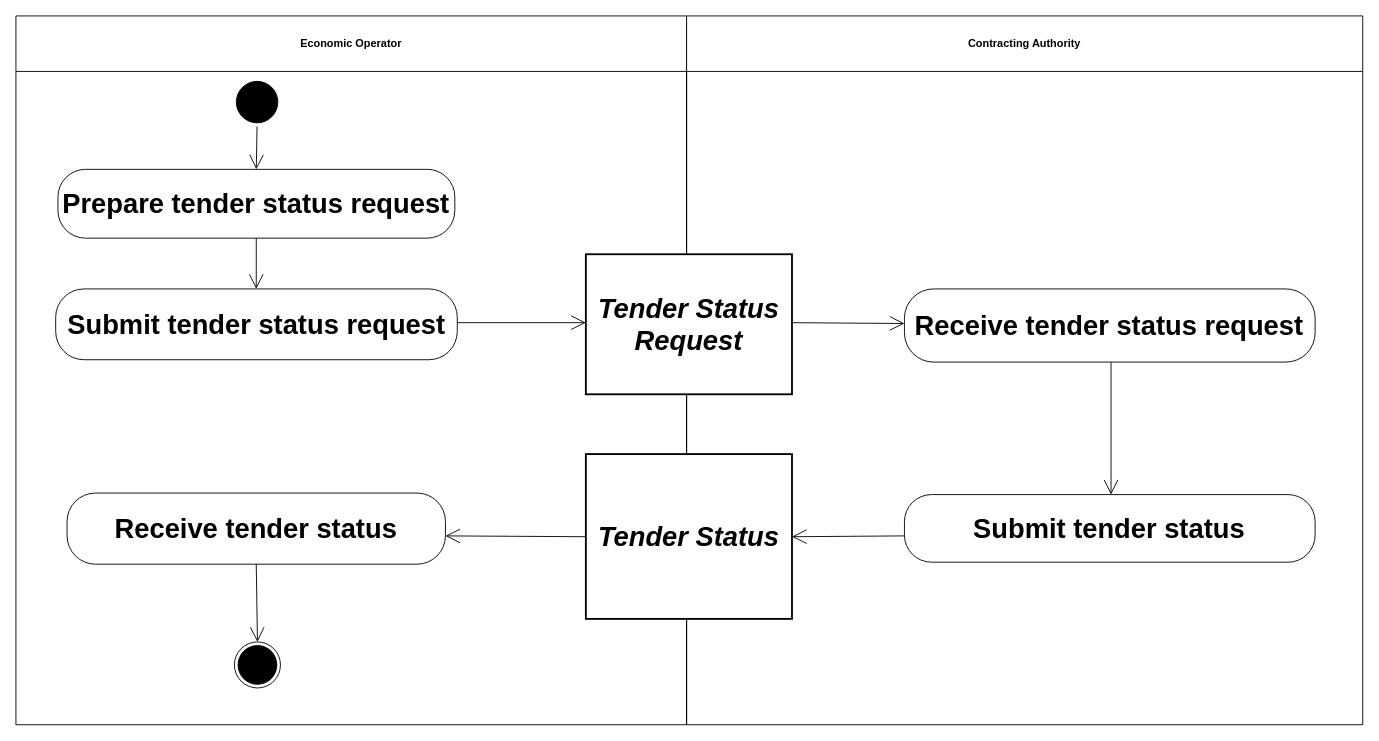
Before: diagrams/UBL-2.2-Tender-Status/UBL-2.2-Tender-Status.drawio in kduvekot/ubl-work-on-svg-images, a draw.io diagram. Source tidied: cells renumbered, new cells numbered last; positions are measured from the earlier drawing's top-left corner, leaving out a move shared by most shapes. Both pictures are drawn from the tidied source at 91%, with x=0, y=0 at pixel (15, 15).
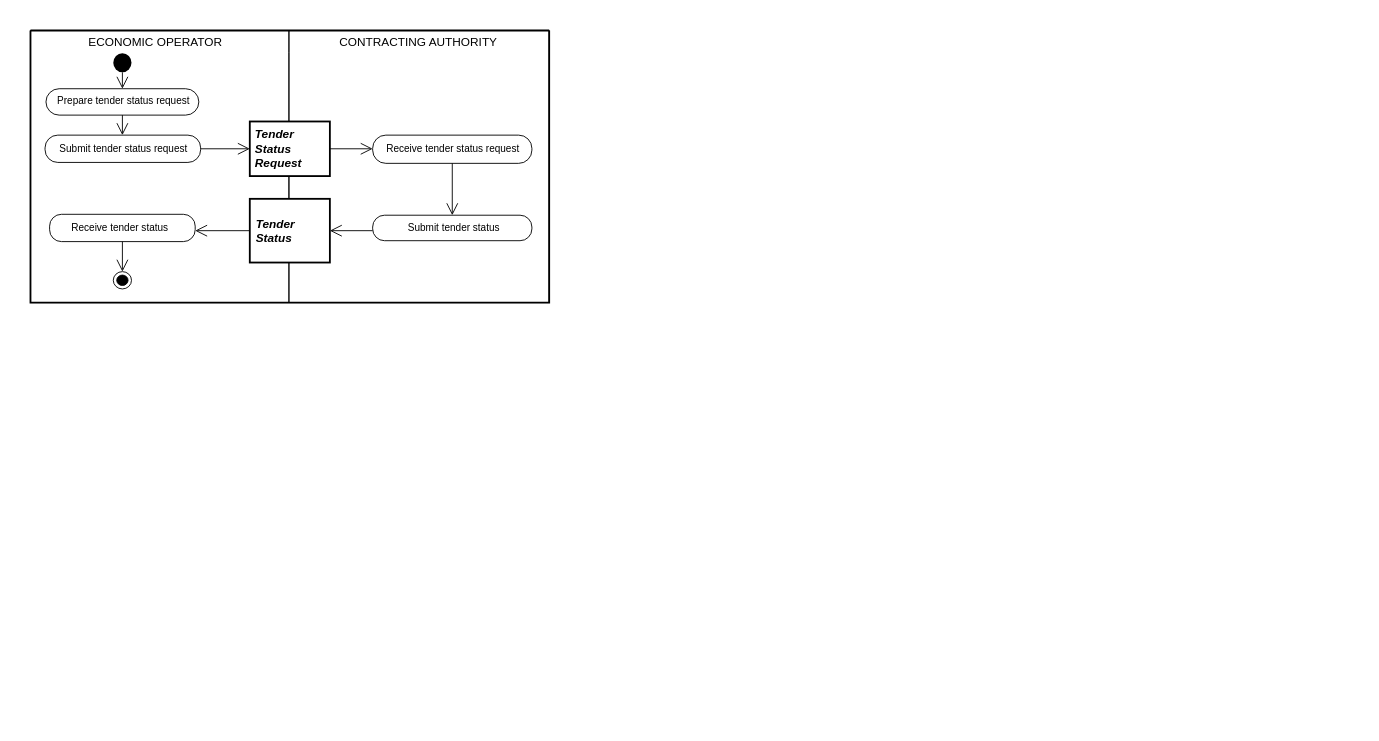
Above is the later version.

Change to the diagram source:
```diff
@@
+    <mxCell id="21" style="swimlane;html=1;startSize=0;whiteSpace=wrap;fillColor=none;strokeWidth=2;" parent="1" vertex="1">
+      <mxGeometry x="16" y="16" width="570" height="299" as="geometry" />
+    </mxCell>
-    <mxCell id="2" value="Economic Operator" style="swimlane;whiteSpace=wrap;html=1;startSize=61;" parent="1" vertex="1">
-      <mxGeometry width="737" height="778.9" as="geometry" />
+    <mxCell id="2" value="ECONOMIC OPERATOR" style="swimlane;horizontal=1;startSize=24;swimlaneLine=0;html=1;fillColor=none;fontSize=13;fontStyle=0;spacing=0;spacingRight=11;" parent="21" vertex="1">
+      <mxGeometry width="284" height="299" as="geometry" />
     </mxCell>
-    <mxCell id="3" value="Contracting Authority" style="swimlane;whiteSpace=wrap;html=1;startSize=61;" parent="1" vertex="1">
-      <mxGeometry x="737" width="743" height="778.9" as="geometry" />
+    <mxCell id="3" value="CONTRACTING AUTHORITY" style="swimlane;horizontal=1;startSize=24;swimlaneLine=0;html=1;fillColor=none;fontSize=13;fontStyle=0;spacing=0;spacingRight=3;" parent="21" vertex="1">
+      <mxGeometry x="284" width="286" height="299" as="geometry" />
     </mxCell>
-    <mxCell id="4" style="ellipse;html=1;shape=startState;fillColor=#000000;strokeColor=#000000;fontFamily=Helvetica;fontSize=30;" parent="1" vertex="1">
-      <mxGeometry x="238.2" y="67.9" width="53.6" height="53.6" as="geometry" />
+    <mxCell id="4" style="ellipse;shape=startState;fillColor=#000000;strokeColor=none;html=1;" parent="2" vertex="1">
+      <mxGeometry x="87" y="21" width="28" height="29" as="geometry" />
     </mxCell>
-    <mxCell id="5" value="Prepare tender status request" style="rounded=1;arcSize=40;whiteSpace=wrap;html=1;fontStyle=1;fontFamily=Helvetica;fontSize=30;" parent="1" vertex="1">
-      <mxGeometry x="46.2" y="168.6" width="436.1" height="75.6" as="geometry" />
+    <mxCell id="5" value="Prepare tender status request" style="rounded=1;absoluteArcSize=1;arcSize=29;html=1;whiteSpace=nowrap;fontSize=11;fontStyle=0;align=center;verticalAlign=middle;spacing=0;spacingLeft=1;spacingBottom=3;" parent="2" vertex="1">
+      <mxGeometry x="17" y="64" width="168" height="29" as="geometry" />
     </mxCell>
-    <mxCell id="6" value="Tender Status Request" style="rounded=0;whiteSpace=wrap;html=1;fontStyle=3;strokeWidth=2;fontFamily=Helvetica;fontSize=30;" parent="1" vertex="1">
-      <mxGeometry x="626.3" y="261.9" width="226.5" height="153.9" as="geometry" />
+    <mxCell id="6" value="Tender&lt;br&gt;Status&lt;br&gt;Request" style="rounded=0;html=1;whiteSpace=nowrap;fontSize=13;fontStyle=3;align=left;verticalAlign=middle;spacing=0;spacingLeft=6;spacingBottom=1;strokeWidth=2;" parent="3" vertex="1">
+      <mxGeometry x="-43" y="100" width="88" height="60" as="geometry" />
     </mxCell>
-    <mxCell id="7" value="Submit tender status request" style="rounded=1;arcSize=40;whiteSpace=wrap;html=1;fontStyle=1;fontFamily=Helvetica;fontSize=30;" parent="1" vertex="1">
-      <mxGeometry x="43.7" y="300" width="441.3" height="77.8" as="geometry" />
+    <mxCell id="7" value="Submit tender status request" style="rounded=1;absoluteArcSize=1;arcSize=28;html=1;whiteSpace=nowrap;fontSize=11;fontStyle=0;align=center;verticalAlign=middle;spacing=0;spacingBottom=1;" parent="2" vertex="1">
+      <mxGeometry x="16" y="115" width="171" height="30" as="geometry" />
     </mxCell>
-    <mxCell id="8" value="Receive tender status request" style="rounded=1;arcSize=40;whiteSpace=wrap;html=1;fontStyle=1;fontFamily=Helvetica;fontSize=30;" parent="1" vertex="1">
-      <mxGeometry x="976.4" y="300" width="451.3" height="80.4" as="geometry" />
+    <mxCell id="8" value="Receive tender status request" style="rounded=1;absoluteArcSize=1;arcSize=29;html=1;whiteSpace=nowrap;fontSize=11;fontStyle=0;align=center;verticalAlign=middle;spacing=0;spacingBottom=1;" parent="3" vertex="1">
+      <mxGeometry x="92" y="115" width="175" height="31" as="geometry" />
     </mxCell>
-    <mxCell id="9" value="Tender Status" style="rounded=0;whiteSpace=wrap;html=1;fontStyle=3;strokeWidth=2;fontFamily=Helvetica;fontSize=30;" parent="1" vertex="1">
-      <mxGeometry x="626.3" y="481.5" width="226.5" height="181.1" as="geometry" />
+    <mxCell id="9" value="Tender&lt;br&gt;Status" style="rounded=0;html=1;whiteSpace=nowrap;fontSize=13;fontStyle=3;align=left;verticalAlign=middle;spacing=0;spacingLeft=7;spacingBottom=1;strokeWidth=2;" parent="3" vertex="1">
+      <mxGeometry x="-43" y="185" width="88" height="70" as="geometry" />
     </mxCell>
-    <mxCell id="10" value="Receive tender status" style="rounded=1;arcSize=40;whiteSpace=wrap;html=1;fontStyle=1;fontFamily=Helvetica;fontSize=30;" parent="1" vertex="1">
-      <mxGeometry x="56.2" y="524.3" width="415.8" height="78.2" as="geometry" />
+    <mxCell id="10" value="Receive tender status" style="rounded=1;absoluteArcSize=1;arcSize=26;html=1;whiteSpace=nowrap;fontSize=11;fontStyle=0;align=center;verticalAlign=middle;spacing=0;spacingRight=6;spacingBottom=1;" parent="2" vertex="1">
+      <mxGeometry x="21" y="202" width="160" height="30" as="geometry" />
     </mxCell>
-    <mxCell id="11" value="Submit tender status" style="rounded=1;arcSize=40;whiteSpace=wrap;html=1;fontStyle=1;fontFamily=Helvetica;fontSize=30;" parent="1" vertex="1">
-      <mxGeometry x="976.4" y="526" width="451.3" height="74.3" as="geometry" />
+    <mxCell id="11" value="Submit tender status" style="rounded=1;absoluteArcSize=1;arcSize=26;html=1;whiteSpace=nowrap;fontSize=11;fontStyle=0;align=center;verticalAlign=middle;spacing=0;spacingLeft=2;spacingBottom=1;" parent="3" vertex="1">
+      <mxGeometry x="92" y="203" width="175" height="28" as="geometry" />
     </mxCell>
-    <mxCell id="12" style="ellipse;html=1;shape=endState;fillColor=#000000;strokeColor=#000000;fontFamily=Helvetica;fontSize=30;" parent="1" vertex="1">
-      <mxGeometry x="240.1" y="687.9" width="50.6" height="50.6" as="geometry" />
+    <mxCell id="12" style="ellipse;shape=endState;fillColor=#000000;html=1;" parent="2" vertex="1">
+      <mxGeometry x="91" y="265" width="20" height="19" as="geometry" />
     </mxCell>
-    <mxCell id="13" style="edgeStyle=none;rounded=0;html=1;endArrow=open;endFill=0;endSize=14;exitX=0.5;exitY=1.0;entryX=0.4997;entryY=0.0;" parent="1" edge="1" source="4" target="5">
+    <mxCell id="13" style="edgeStyle=none;rounded=0;html=1;endArrow=open;endFill=0;endSize=11;exitPerimeter=0;entryX=0.5;entryY=0;entryPerimeter=0;exitX=0.5;exitY=0.8606;" parent="2" edge="1" source="4" target="5">
       <mxGeometry relative="1" as="geometry" />
     </mxCell>
-    <mxCell id="14" style="edgeStyle=none;rounded=0;html=1;endArrow=open;endFill=0;endSize=14;exitX=0.4997;exitY=1.0;entryX=0.4994;entryY=0.0;" parent="1" edge="1" source="5" target="7">
+    <mxCell id="14" style="edgeStyle=none;rounded=0;html=1;endArrow=open;endFill=0;endSize=11;exitX=0.5;exitY=1;exitPerimeter=0;entryPerimeter=0;entryX=0.497076;entryY=0;" parent="2" edge="1" source="5" target="7">
       <mxGeometry relative="1" as="geometry" />
     </mxCell>
-    <mxCell id="15" style="edgeStyle=none;rounded=0;html=1;endArrow=open;endFill=0;endSize=14;exitX=1.0;exitY=0.4769;entryX=0.0;entryY=0.4886;" parent="1" edge="1" source="7" target="6">
+    <mxCell id="15" style="edgeStyle=none;rounded=0;html=1;endArrow=open;endFill=0;endSize=11;exitX=1;exitY=0.5;exitPerimeter=0;entryX=0;entryY=0.5;entryPerimeter=0;" parent="21" edge="1" source="7" target="6">
       <mxGeometry relative="1" as="geometry" />
     </mxCell>
-    <mxCell id="16" style="edgeStyle=none;rounded=0;html=1;endArrow=open;endFill=0;endSize=14;exitX=1.0;exitY=0.4886;entryX=0.0;entryY=0.4726;" parent="1" edge="1" source="6" target="8">
+    <mxCell id="16" style="edgeStyle=none;rounded=0;html=1;endArrow=open;endFill=0;endSize=11;exitX=1;exitY=0.5;exitPerimeter=0;entryPerimeter=0;entryX=0;entryY=0.483871;" parent="3" edge="1" source="6" target="8">
       <mxGeometry relative="1" as="geometry" />
     </mxCell>
-    <mxCell id="17" style="edgeStyle=none;rounded=0;html=1;endArrow=open;endFill=0;endSize=14;exitX=0.503;exitY=1.0;entryX=0.503;entryY=0.0;" parent="1" edge="1" source="8" target="11">
+    <mxCell id="17" style="edgeStyle=none;rounded=0;html=1;endArrow=open;endFill=0;endSize=11;exitX=0.5;exitY=1;exitPerimeter=0;entryX=0.5;entryY=0;entryPerimeter=0;" parent="3" edge="1" source="8" target="11">
       <mxGeometry relative="1" as="geometry" />
     </mxCell>
-    <mxCell id="18" style="edgeStyle=none;rounded=0;html=1;endArrow=open;endFill=0;endSize=14;exitX=0.0;exitY=0.5014;entryX=1.0;entryY=0.6023;" parent="1" edge="1" source="9" target="10">
+    <mxCell id="18" style="edgeStyle=none;rounded=0;html=1;endArrow=open;endFill=0;endSize=11;exitX=0;exitY=0.5;exitPerimeter=0;entryPerimeter=0;entryX=1;entryY=0.6;" parent="21" edge="1" source="9" target="10">
       <mxGeometry relative="1" as="geometry" />
     </mxCell>
-    <mxCell id="19" style="edgeStyle=none;rounded=0;html=1;endArrow=open;endFill=0;endSize=14;exitX=0.0;exitY=0.611;entryX=1.0;entryY=0.5014;" parent="1" edge="1" source="11" target="9">
+    <mxCell id="19" style="edgeStyle=none;rounded=0;html=1;endArrow=open;endFill=0;endSize=11;exitPerimeter=0;entryX=1;entryY=0.5;entryPerimeter=0;exitX=0;exitY=0.607143;" parent="3" edge="1" source="11" target="9">
       <mxGeometry relative="1" as="geometry" />
     </mxCell>
-    <mxCell id="20" style="edgeStyle=none;rounded=0;html=1;endArrow=open;endFill=0;endSize=14;exitX=0.5;exitY=1.0;entryX=0.5;entryY=0.0;" parent="1" edge="1" source="10" target="12">
+    <mxCell id="20" style="edgeStyle=none;rounded=0;html=1;endArrow=open;endFill=0;endSize=11;exitX=0.5;exitY=1;exitPerimeter=0;entryPerimeter=0;entryX=0.5;entryY=0;" parent="2" edge="1" source="10" target="12">
       <mxGeometry relative="1" as="geometry" />
     </mxCell>
```
